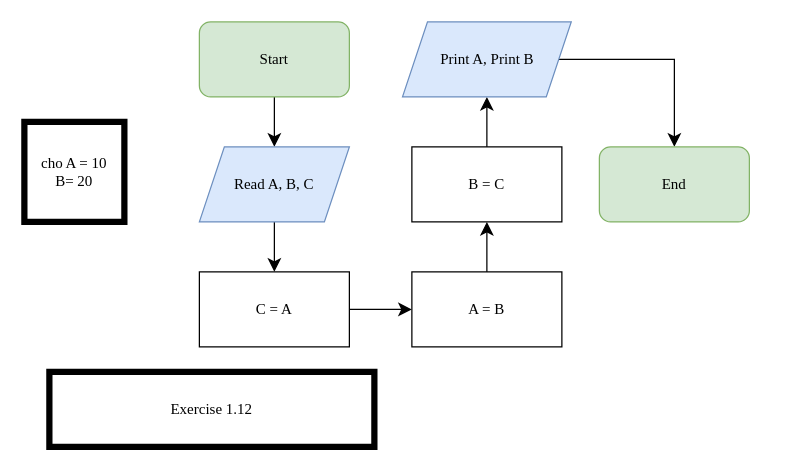
LONGDKZdev/Flowchart keeps this draw.io diagram as Exercise1_12.drawio. Above is the earlier version. Source tidied: cells renumbered, new cells numbered last; positions are measured from the earlier drawing's top-left corner, leaving out a move shared by most shapes. Both pictures are drawn from the tidied source at 125%, with x=0, y=0 at pixel (24, 21).
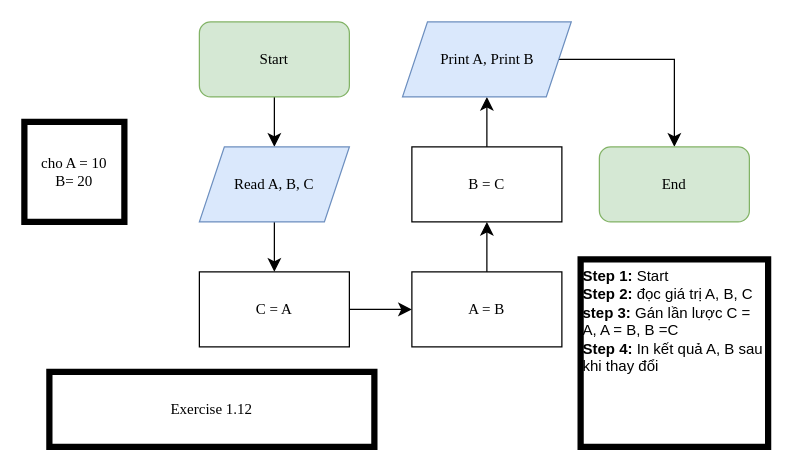
After the change.

The edit, as a diff of the source:
```diff
@@
 <mxGraphModel>
   <root>
     <mxCell id="0" />
     <mxCell id="1" parent="0" />
     <mxCell id="2" style="edgeStyle=none;curved=1;rounded=0;jettySize=auto;html=1;fontSize=12;startSize=8;endSize=8;entryX=0.5;entryY=0;entryDx=0;entryDy=0;fontFamily=Times New Roman;" parent="1" edge="1" source="3" target="5">
       <mxGeometry relative="1" as="geometry" />
     </mxCell>
     <mxCell id="3" value="Start" style="rounded=1;whiteSpace=wrap;html=1;fillColor=#d5e8d4;strokeColor=#82b366;fontFamily=Times New Roman;" parent="1" vertex="1">
       <mxGeometry x="140" width="120" height="60" as="geometry" />
     </mxCell>
     <mxCell id="4" style="edgeStyle=none;curved=1;rounded=0;jettySize=auto;html=1;fontSize=12;startSize=8;endSize=8;fontFamily=Times New Roman;" parent="1" edge="1" source="5" target="7">
       <mxGeometry relative="1" as="geometry" />
     </mxCell>
     <mxCell id="5" value="Read A, B, C" style="shape=parallelogram;perimeter=parallelogramPerimeter;whiteSpace=wrap;html=1;fixedSize=1;fillColor=#dae8fc;strokeColor=#6c8ebf;fontFamily=Times New Roman;" parent="1" vertex="1">
       <mxGeometry x="140" y="100" width="120" height="60" as="geometry" />
     </mxCell>
     <mxCell id="6" style="edgeStyle=none;curved=1;rounded=0;jettySize=auto;html=1;fontSize=12;startSize=8;endSize=8;fontFamily=Times New Roman;" parent="1" edge="1" source="7" target="10">
       <mxGeometry relative="1" as="geometry" />
     </mxCell>
     <mxCell id="7" value="C = A" style="whiteSpace=wrap;html=1;fontFamily=Times New Roman;" parent="1" vertex="1">
       <mxGeometry x="140" y="200" width="120" height="60" as="geometry" />
     </mxCell>
     <mxCell id="8" style="edgeStyle=none;curved=1;rounded=0;jettySize=auto;html=1;fontSize=12;startSize=8;endSize=8;fontFamily=Times New Roman;" parent="1" edge="1" target="12">
       <mxGeometry relative="1" as="geometry">
         <mxPoint x="370" y="100" as="sourcePoint" />
       </mxGeometry>
     </mxCell>
     <mxCell id="9" style="edgeStyle=none;curved=1;rounded=0;jettySize=auto;html=1;fontSize=12;startSize=8;endSize=8;fontFamily=Times New Roman;" parent="1" edge="1" source="10" target="15">
       <mxGeometry relative="1" as="geometry" />
     </mxCell>
     <mxCell id="10" value="A = B" style="whiteSpace=wrap;html=1;fontFamily=Times New Roman;" parent="1" vertex="1">
       <mxGeometry x="310" y="200" width="120" height="60" as="geometry" />
     </mxCell>
     <mxCell id="11" style="edgeStyle=orthogonalEdgeStyle;rounded=0;jettySize=auto;html=1;fontSize=12;startSize=8;endSize=8;exitX=1;exitY=0.5;exitDx=0;exitDy=0;entryX=0.5;entryY=0;entryDx=0;entryDy=0;fontFamily=Times New Roman;" parent="1" edge="1" source="12" target="14">
       <mxGeometry relative="1" as="geometry" />
     </mxCell>
     <mxCell id="12" value="Print A, Print B" style="shape=parallelogram;perimeter=parallelogramPerimeter;whiteSpace=wrap;html=1;fixedSize=1;fillColor=#dae8fc;strokeColor=#6c8ebf;fontFamily=Times New Roman;" parent="1" vertex="1">
       <mxGeometry x="302.5" width="135" height="60" as="geometry" />
     </mxCell>
     <mxCell id="13" value="cho A = 10&lt;div&gt;B= 20&lt;/div&gt;" style="whiteSpace=wrap;html=1;strokeWidth=5;fontFamily=Times New Roman;" parent="1" vertex="1">
       <mxGeometry y="80" width="80" height="80" as="geometry" />
     </mxCell>
     <mxCell id="14" value="End" style="rounded=1;whiteSpace=wrap;html=1;fillColor=#d5e8d4;strokeColor=#82b366;fontFamily=Times New Roman;" parent="1" vertex="1">
       <mxGeometry x="460" y="100" width="120" height="60" as="geometry" />
     </mxCell>
     <mxCell id="15" value="B = C" style="whiteSpace=wrap;html=1;fontFamily=Times New Roman;" parent="1" vertex="1">
       <mxGeometry x="310" y="100" width="120" height="60" as="geometry" />
     </mxCell>
     <mxCell id="16" value="Exercise 1.12" style="rounded=0;whiteSpace=wrap;html=1;strokeWidth=5;fontFamily=Times New Roman;" parent="1" vertex="1">
       <mxGeometry x="20" y="280" width="260" height="60" as="geometry" />
     </mxCell>
+    <mxCell id="17" value="&lt;b&gt;Step 1:&lt;/b&gt; Start&lt;div&gt;&lt;b&gt;Step 2:&lt;/b&gt; đọc giá trị A, B, C&amp;nbsp;&lt;/div&gt;&lt;div&gt;&lt;b&gt;step 3:&lt;/b&gt; Gán lần lược C = A, A = B, B =C&lt;/div&gt;&lt;div&gt;&lt;b&gt;Step 4:&lt;/b&gt; In kết quả A, B sau khi thay đổi&lt;/div&gt;" style="whiteSpace=wrap;html=1;verticalAlign=top;align=left;strokeWidth=5;" parent="1" vertex="1">
+      <mxGeometry x="445" y="190" width="150" height="150" as="geometry" />
+    </mxCell>
   </root>
 </mxGraphModel>
```
